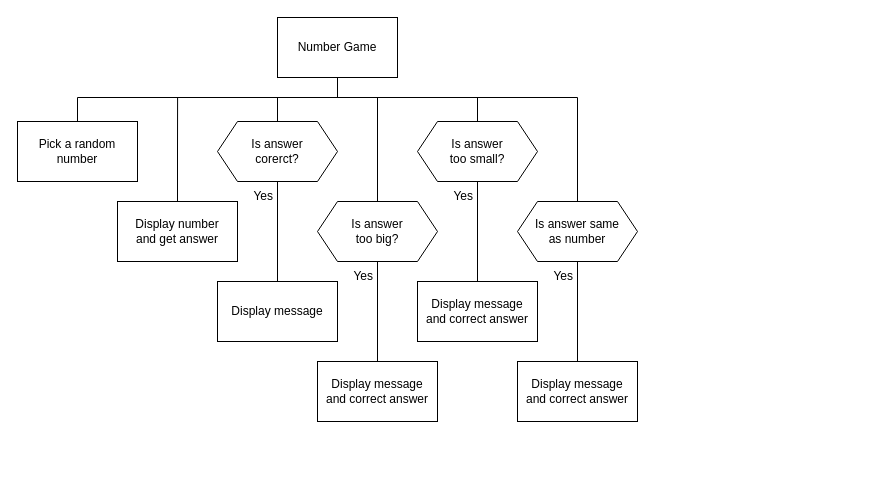
MrFriendCS/MrFriendCS.github.io keeps this draw.io diagram as page "sd4" (4 of 7) of n5-cs/sdd/N5-SDD-Chance/assets/N5 SDD Chance.drawio. Above is the earlier version. Source tidied: cells renumbered, new cells numbered last; positions are measured from the earlier drawing's top-left corner, leaving out a move shared by most shapes. Both pictures are drawn from the tidied source at 100%, with x=0, y=0 at pixel (17, 17).
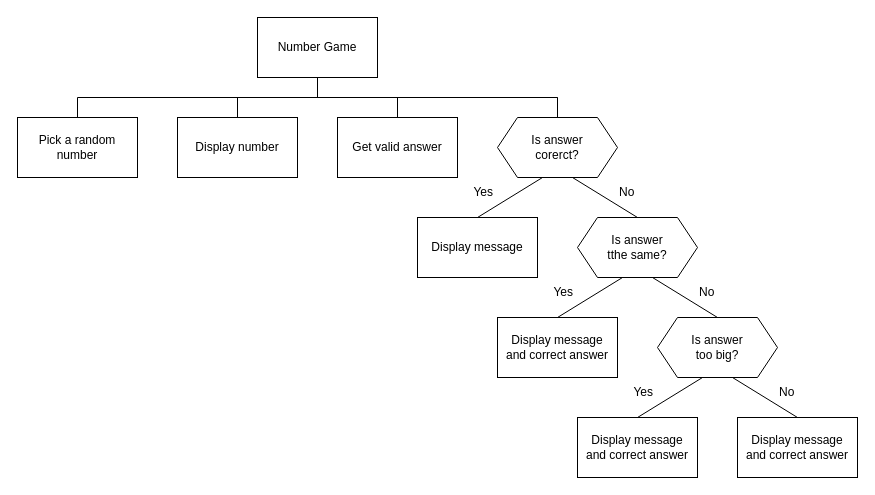
Above is the later version.

What changed in the source:
```diff
@@
     <mxCell id="2" style="edgeStyle=orthogonalEdgeStyle;shape=connector;rounded=0;jettySize=auto;html=1;exitX=0.5;exitY=1;exitDx=0;exitDy=0;labelBackgroundColor=default;strokeColor=default;align=center;verticalAlign=middle;fontFamily=Helvetica;fontSize=11;fontColor=default;endArrow=none;endFill=0;" parent="1" edge="1" source="3">
       <mxGeometry relative="1" as="geometry">
-        <mxPoint x="320" y="80" as="targetPoint" />
+        <mxPoint x="300" y="80" as="targetPoint" />
       </mxGeometry>
     </mxCell>
     <mxCell id="3" value="Number Game" style="rounded=0;whiteSpace=wrap;html=1;spacingLeft=4;spacingRight=4;" parent="1" vertex="1">
-      <mxGeometry x="260" width="120" height="60" as="geometry" />
+      <mxGeometry x="240" width="120" height="60" as="geometry" />
     </mxCell>
@@
     <mxCell id="5" value="Pick a random number" style="rounded=0;whiteSpace=wrap;html=1;spacingLeft=4;spacingRight=4;" parent="1" vertex="1">
-      <mxGeometry y="104" width="120" height="60" as="geometry" />
+      <mxGeometry y="100" width="120" height="60" as="geometry" />
     </mxCell>
-    <mxCell id="6" style="edgeStyle=orthogonalEdgeStyle;shape=connector;rounded=0;jettySize=auto;html=1;exitX=0.5;exitY=0;exitDx=0;exitDy=0;labelBackgroundColor=default;strokeColor=default;fontFamily=Helvetica;fontSize=11;fontColor=default;endArrow=none;endFill=0;" parent="1" edge="1" source="7">
-      <mxGeometry relative="1" as="geometry">
-        <mxPoint x="160.1" y="80" as="targetPoint" />
-      </mxGeometry>
-    </mxCell>
+    <mxCell id="29" style="edgeStyle=none;shape=connector;rounded=0;jettySize=auto;html=1;exitX=0.5;exitY=0;exitDx=0;exitDy=0;strokeColor=default;align=center;verticalAlign=middle;fontFamily=Helvetica;fontSize=11;fontColor=default;labelBackgroundColor=default;endArrow=none;endFill=0;" parent="1" edge="1" source="7">
+      <mxGeometry relative="1" as="geometry">
+        <mxPoint x="220" y="80" as="targetPoint" />
+      </mxGeometry>
+    </mxCell>
-    <mxCell id="7" value="Display number&lt;br&gt;and get answer" style="rounded=0;whiteSpace=wrap;html=1;spacingLeft=4;spacingRight=4;" parent="1" vertex="1">
-      <mxGeometry x="100" y="184" width="120" height="60" as="geometry" />
+    <mxCell id="7" value="Display number" style="rounded=0;whiteSpace=wrap;html=1;spacingLeft=4;spacingRight=4;" parent="1" vertex="1">
+      <mxGeometry x="160" y="100" width="120" height="60" as="geometry" />
     </mxCell>
-    <mxCell id="8" style="edgeStyle=orthogonalEdgeStyle;rounded=0;jettySize=auto;html=1;exitX=0.5;exitY=1;exitDx=0;exitDy=0;entryX=0.5;entryY=0;entryDx=0;entryDy=0;endArrow=none;endFill=0;" parent="1" edge="1" source="24" target="9">
-      <mxGeometry relative="1" as="geometry" />
-    </mxCell>
     <mxCell id="9" value="Display message" style="rounded=0;whiteSpace=wrap;html=1;spacingLeft=4;spacingRight=4;" parent="1" vertex="1">
-      <mxGeometry x="200" y="264" width="120" height="60" as="geometry" />
+      <mxGeometry x="400" y="200" width="120" height="60" as="geometry" />
     </mxCell>
+    <mxCell id="30" style="edgeStyle=none;shape=connector;rounded=0;jettySize=auto;html=1;exitX=0.5;exitY=0;exitDx=0;exitDy=0;entryX=0.625;entryY=1;entryDx=0;entryDy=0;strokeColor=default;align=center;verticalAlign=middle;fontFamily=Helvetica;fontSize=11;fontColor=default;labelBackgroundColor=default;endArrow=none;endFill=0;" parent="1" edge="1" source="12" target="24">
+      <mxGeometry relative="1" as="geometry" />
+    </mxCell>
-    <mxCell id="10" style="edgeStyle=orthogonalEdgeStyle;shape=connector;rounded=0;jettySize=auto;html=1;exitX=0.5;exitY=1;exitDx=0;exitDy=0;entryX=0.5;entryY=0;entryDx=0;entryDy=0;labelBackgroundColor=default;strokeColor=default;fontFamily=Helvetica;fontSize=11;fontColor=default;endArrow=none;endFill=0;" parent="1" edge="1" source="12" target="13">
+    <mxCell id="10" style="edgeStyle=none;shape=connector;rounded=0;jettySize=auto;html=1;exitX=0.375;exitY=1;exitDx=0;exitDy=0;entryX=0.5;entryY=0;entryDx=0;entryDy=0;strokeColor=default;align=center;verticalAlign=middle;fontFamily=Helvetica;fontSize=11;fontColor=default;labelBackgroundColor=default;endArrow=none;endFill=0;" parent="1" edge="1" source="12" target="13">
       <mxGeometry relative="1" as="geometry" />
     </mxCell>
-    <mxCell id="11" style="edgeStyle=orthogonalEdgeStyle;shape=connector;rounded=0;jettySize=auto;html=1;exitX=0.5;exitY=0;exitDx=0;exitDy=0;labelBackgroundColor=default;strokeColor=default;align=center;verticalAlign=middle;fontFamily=Helvetica;fontSize=11;fontColor=default;endArrow=none;endFill=0;" parent="1" edge="1" source="12">
-      <mxGeometry relative="1" as="geometry">
-        <mxPoint x="360" y="80" as="targetPoint" />
-      </mxGeometry>
-    </mxCell>
+    <mxCell id="31" style="edgeStyle=none;shape=connector;rounded=0;jettySize=auto;html=1;exitX=0.625;exitY=1;exitDx=0;exitDy=0;entryX=0.5;entryY=0;entryDx=0;entryDy=0;strokeColor=default;align=center;verticalAlign=middle;fontFamily=Helvetica;fontSize=11;fontColor=default;labelBackgroundColor=default;endArrow=none;endFill=0;" parent="1" edge="1" source="12" target="20">
+      <mxGeometry relative="1" as="geometry" />
+    </mxCell>
-    <mxCell id="12" value="Is answer&lt;br&gt;too big?" style="shape=hexagon;perimeter=hexagonPerimeter2;whiteSpace=wrap;html=1;fixedSize=1;spacingLeft=8;spacingRight=8;" parent="1" vertex="1">
-      <mxGeometry x="300" y="184" width="120" height="60" as="geometry" />
+    <mxCell id="12" value="Is answer&lt;br&gt;tthe same?" style="shape=hexagon;perimeter=hexagonPerimeter2;whiteSpace=wrap;html=1;fixedSize=1;spacingLeft=8;spacingRight=8;" parent="1" vertex="1">
+      <mxGeometry x="560" y="200" width="120" height="60" as="geometry" />
     </mxCell>
     <mxCell id="13" value="Display message and correct answer" style="rounded=0;whiteSpace=wrap;html=1;spacingLeft=4;spacingRight=4;" parent="1" vertex="1">
-      <mxGeometry x="300" y="344" width="120" height="60" as="geometry" />
+      <mxGeometry x="480" y="300" width="120" height="60" as="geometry" />
     </mxCell>
-    <mxCell id="14" style="edgeStyle=orthogonalEdgeStyle;shape=connector;rounded=0;jettySize=auto;html=1;exitX=0.5;exitY=1;exitDx=0;exitDy=0;entryX=0.5;entryY=0;entryDx=0;entryDy=0;labelBackgroundColor=default;strokeColor=default;fontFamily=Helvetica;fontSize=11;fontColor=default;endArrow=none;endFill=0;" parent="1" edge="1" source="16" target="17">
-      <mxGeometry relative="1" as="geometry" />
-    </mxCell>
-    <mxCell id="15" style="edgeStyle=orthogonalEdgeStyle;shape=connector;rounded=0;jettySize=auto;html=1;exitX=0.5;exitY=0;exitDx=0;exitDy=0;labelBackgroundColor=default;strokeColor=default;align=center;verticalAlign=middle;fontFamily=Helvetica;fontSize=11;fontColor=default;endArrow=none;endFill=0;" parent="1" edge="1" source="16">
-      <mxGeometry relative="1" as="geometry">
-        <mxPoint x="460" y="80" as="targetPoint" />
-      </mxGeometry>
-    </mxCell>
-    <mxCell id="16" value="Is answer&lt;br&gt;too small?" style="shape=hexagon;perimeter=hexagonPerimeter2;whiteSpace=wrap;html=1;fixedSize=1;spacingLeft=8;spacingRight=8;" parent="1" vertex="1">
-      <mxGeometry x="400" y="104" width="120" height="60" as="geometry" />
-    </mxCell>
     <mxCell id="17" value="Display message and correct answer" style="rounded=0;whiteSpace=wrap;html=1;spacingLeft=4;spacingRight=4;" parent="1" vertex="1">
-      <mxGeometry x="400" y="264" width="120" height="60" as="geometry" />
+      <mxGeometry x="560" y="400" width="120" height="60" as="geometry" />
     </mxCell>
+    <mxCell id="32" style="edgeStyle=none;shape=connector;rounded=0;jettySize=auto;html=1;exitX=0.375;exitY=1;exitDx=0;exitDy=0;entryX=0.5;entryY=0;entryDx=0;entryDy=0;strokeColor=default;align=center;verticalAlign=middle;fontFamily=Helvetica;fontSize=11;fontColor=default;labelBackgroundColor=default;endArrow=none;endFill=0;" parent="1" edge="1" source="20" target="17">
+      <mxGeometry relative="1" as="geometry" />
+    </mxCell>
-    <mxCell id="18" style="edgeStyle=orthogonalEdgeStyle;shape=connector;rounded=0;jettySize=auto;html=1;exitX=0.5;exitY=1;exitDx=0;exitDy=0;entryX=0.5;entryY=0;entryDx=0;entryDy=0;labelBackgroundColor=default;strokeColor=default;fontFamily=Helvetica;fontSize=11;fontColor=default;endArrow=none;endFill=0;" parent="1" edge="1" source="20" target="21">
+    <mxCell id="18" style="edgeStyle=none;shape=connector;rounded=0;jettySize=auto;html=1;exitX=0.625;exitY=1;exitDx=0;exitDy=0;entryX=0.5;entryY=0;entryDx=0;entryDy=0;strokeColor=default;align=center;verticalAlign=middle;fontFamily=Helvetica;fontSize=11;fontColor=default;labelBackgroundColor=default;endArrow=none;endFill=0;" parent="1" edge="1" source="20" target="21">
       <mxGeometry relative="1" as="geometry" />
     </mxCell>
-    <mxCell id="19" style="edgeStyle=orthogonalEdgeStyle;shape=connector;rounded=0;jettySize=auto;html=1;exitX=0.5;exitY=0;exitDx=0;exitDy=0;labelBackgroundColor=default;strokeColor=default;align=center;verticalAlign=middle;fontFamily=Helvetica;fontSize=11;fontColor=default;endArrow=none;endFill=0;" parent="1" edge="1" source="20">
-      <mxGeometry relative="1" as="geometry">
-        <mxPoint x="560" y="80" as="targetPoint" />
-      </mxGeometry>
-    </mxCell>
-    <mxCell id="20" value="Is answer same&lt;br&gt;as number" style="shape=hexagon;perimeter=hexagonPerimeter2;whiteSpace=wrap;html=1;fixedSize=1;spacingLeft=8;spacingRight=8;" parent="1" vertex="1">
-      <mxGeometry x="500" y="184" width="120" height="60" as="geometry" />
+    <mxCell id="20" value="Is answer&lt;br&gt;too big?" style="shape=hexagon;perimeter=hexagonPerimeter2;whiteSpace=wrap;html=1;fixedSize=1;spacingLeft=8;spacingRight=8;" parent="1" vertex="1">
+      <mxGeometry x="640" y="300" width="120" height="60" as="geometry" />
     </mxCell>
     <mxCell id="21" value="Display message and correct answer" style="rounded=0;whiteSpace=wrap;html=1;spacingLeft=4;spacingRight=4;" parent="1" vertex="1">
-      <mxGeometry x="500" y="344" width="120" height="60" as="geometry" />
+      <mxGeometry x="720" y="400" width="120" height="60" as="geometry" />
     </mxCell>
     <mxCell id="22" style="endArrow=none;html=1;rounded=0;labelBackgroundColor=default;strokeColor=default;fontFamily=Helvetica;fontSize=11;fontColor=default;shape=connector;" parent="1" edge="1">
       <mxGeometry relative="1" as="geometry">
         <mxPoint x="60" y="80" as="sourcePoint" />
-        <mxPoint x="560" y="80" as="targetPoint" />
+        <mxPoint x="540" y="80" as="targetPoint" />
       </mxGeometry>
     </mxCell>
     <mxCell id="23" style="edgeStyle=orthogonalEdgeStyle;shape=connector;rounded=0;jettySize=auto;html=1;exitX=0.5;exitY=0;exitDx=0;exitDy=0;labelBackgroundColor=default;strokeColor=default;align=center;verticalAlign=middle;fontFamily=Helvetica;fontSize=11;fontColor=default;endArrow=none;endFill=0;" parent="1" edge="1" source="24">
       <mxGeometry relative="1" as="geometry">
-        <mxPoint x="260" y="80" as="targetPoint" />
+        <mxPoint x="490" y="80" as="targetPoint" />
       </mxGeometry>
     </mxCell>
+    <mxCell id="8" style="edgeStyle=none;shape=connector;rounded=0;jettySize=auto;html=1;exitX=0.375;exitY=1;exitDx=0;exitDy=0;strokeColor=default;align=center;verticalAlign=middle;fontFamily=Helvetica;fontSize=11;fontColor=default;labelBackgroundColor=default;endArrow=none;endFill=0;entryX=0.5;entryY=0;entryDx=0;entryDy=0;" parent="1" edge="1" source="24" target="9">
+      <mxGeometry relative="1" as="geometry" />
+    </mxCell>
     <mxCell id="24" value="Is answer&lt;br&gt;corerct?" style="shape=hexagon;perimeter=hexagonPerimeter2;whiteSpace=wrap;html=1;fixedSize=1;spacingLeft=8;spacingRight=8;" parent="1" vertex="1">
-      <mxGeometry x="200" y="104" width="120" height="60" as="geometry" />
+      <mxGeometry x="480" y="100" width="120" height="60" as="geometry" />
     </mxCell>
-    <mxCell id="25" value="Yes" style="text;html=1;strokeColor=none;fillColor=none;align=right;verticalAlign=middle;whiteSpace=wrap;rounded=0;spacingRight=2;" parent="1" vertex="1">
-      <mxGeometry x="500" y="244" width="60" height="30" as="geometry" />
-    </mxCell>
-    <mxCell id="26" value="Yes" style="text;html=1;strokeColor=none;fillColor=none;align=right;verticalAlign=middle;whiteSpace=wrap;rounded=0;spacingRight=2;" parent="1" vertex="1">
-      <mxGeometry x="300" y="244" width="60" height="30" as="geometry" />
-    </mxCell>
-    <mxCell id="27" value="Yes" style="text;html=1;strokeColor=none;fillColor=none;align=right;verticalAlign=middle;whiteSpace=wrap;rounded=0;spacingRight=2;" parent="1" vertex="1">
-      <mxGeometry x="400" y="164" width="60" height="30" as="geometry" />
-    </mxCell>
     <mxCell id="28" value="Yes" style="text;html=1;strokeColor=none;fillColor=none;align=right;verticalAlign=middle;whiteSpace=wrap;rounded=0;spacingRight=2;" parent="1" vertex="1">
-      <mxGeometry x="200" y="164" width="60" height="30" as="geometry" />
+      <mxGeometry x="450" y="160" width="30" height="30" as="geometry" />
     </mxCell>
+    <mxCell id="33" style="edgeStyle=none;shape=connector;rounded=0;jettySize=auto;html=1;exitX=0.5;exitY=0;exitDx=0;exitDy=0;strokeColor=default;align=center;verticalAlign=middle;fontFamily=Helvetica;fontSize=11;fontColor=default;labelBackgroundColor=default;endArrow=none;endFill=0;" parent="1" edge="1" source="34">
+      <mxGeometry relative="1" as="geometry">
+        <mxPoint x="380" y="80" as="targetPoint" />
+      </mxGeometry>
+    </mxCell>
+    <mxCell id="34" value="Get valid answer" style="rounded=0;whiteSpace=wrap;html=1;spacingLeft=4;spacingRight=4;" parent="1" vertex="1">
+      <mxGeometry x="320" y="100" width="120" height="60" as="geometry" />
+    </mxCell>
+    <mxCell id="35" value="No" style="text;html=1;strokeColor=none;fillColor=none;align=left;verticalAlign=middle;whiteSpace=wrap;rounded=0;spacingRight=2;" parent="1" vertex="1">
+      <mxGeometry x="600" y="160" width="30" height="30" as="geometry" />
+    </mxCell>
+    <mxCell id="36" value="Yes" style="text;html=1;strokeColor=none;fillColor=none;align=right;verticalAlign=middle;whiteSpace=wrap;rounded=0;spacingRight=2;" parent="1" vertex="1">
+      <mxGeometry x="530" y="260" width="30" height="30" as="geometry" />
+    </mxCell>
+    <mxCell id="37" value="No" style="text;html=1;strokeColor=none;fillColor=none;align=left;verticalAlign=middle;whiteSpace=wrap;rounded=0;spacingRight=2;" parent="1" vertex="1">
+      <mxGeometry x="760" y="360" width="30" height="30" as="geometry" />
+    </mxCell>
+    <mxCell id="38" value="Yes" style="text;html=1;strokeColor=none;fillColor=none;align=right;verticalAlign=middle;whiteSpace=wrap;rounded=0;spacingRight=2;" parent="1" vertex="1">
+      <mxGeometry x="610" y="360" width="30" height="30" as="geometry" />
+    </mxCell>
+    <mxCell id="39" value="No" style="text;html=1;strokeColor=none;fillColor=none;align=left;verticalAlign=middle;whiteSpace=wrap;rounded=0;spacingRight=2;" parent="1" vertex="1">
+      <mxGeometry x="680" y="260" width="30" height="30" as="geometry" />
+    </mxCell>
```
